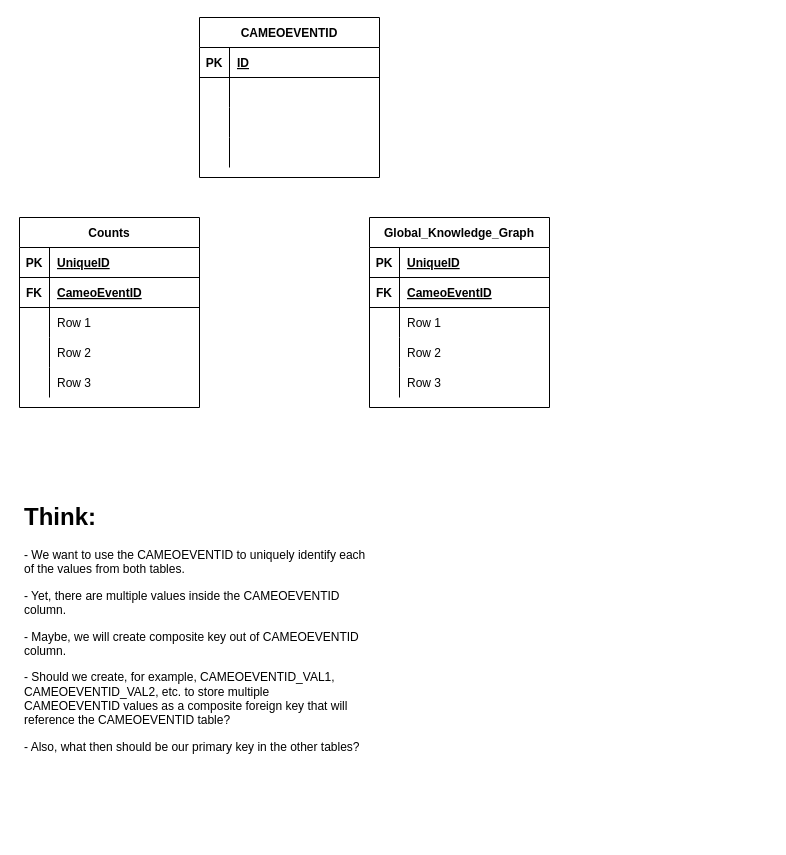
JamesHizon/Step-4-Capstone-Project keeps this draw.io diagram as Step_4_Data_Model.drawio. Above is the earlier version. Source tidied: cells renumbered, new cells numbered last; positions are measured from the earlier drawing's top-left corner, leaving out a move shared by most shapes. Both pictures are drawn from the tidied source at 100%, with x=0, y=0 at pixel (19, 17).
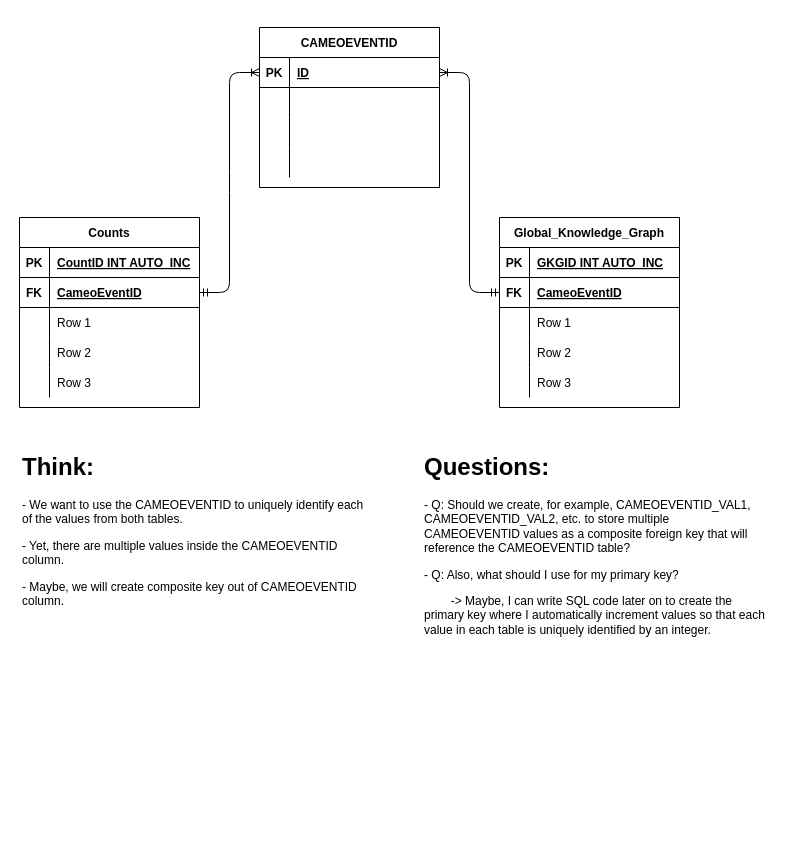
The same page after the edit.

The change refers to these unchanged cells:
```xml
<mxCell id="3" style="shape=partialRectangle;fillColor=none;top=0;left=0;bottom=1;right=0;" parent="2" vertex="1">
  <mxGeometry y="30" width="180" height="30" as="geometry" />
</mxCell>
<mxCell id="6" style="shape=partialRectangle;fillColor=none;top=0;left=0;bottom=1;right=0;points=[[0,0.5],[1,0.5]];portConstraint=eastwest;" parent="2" vertex="1">
  <mxGeometry y="60" width="180" height="30" as="geometry" />
</mxCell>
<mxCell id="19" style="shape=partialRectangle;fillColor=none;top=0;left=0;bottom=1;right=0;" parent="18" vertex="1">
  <mxGeometry y="30" width="180" height="30" as="geometry" />
</mxCell>
<mxCell id="22" style="shape=partialRectangle;fillColor=none;top=0;left=0;bottom=1;right=0;points=[[0,0.5],[1,0.5]];portConstraint=eastwest;" parent="18" vertex="1">
  <mxGeometry y="60" width="180" height="30" as="geometry" />
</mxCell>
<mxCell id="35" style="shape=partialRectangle;fillColor=none;top=0;left=0;bottom=1;right=0;points=[[0,0.5],[1,0.5]];portConstraint=eastwest;" parent="34" vertex="1">
  <mxGeometry y="30" width="180" height="30" as="geometry" />
</mxCell>
```

Change to the diagram source:
```diff
@@
-    <mxCell id="5" value="UniqueID" style="shape=partialRectangle;fillColor=none;top=0;left=0;bottom=0;right=0;align=left;spacingLeft=6;fontStyle=5;overflow=hidden;" parent="3" vertex="1">
+    <mxCell id="5" value="CountID INT AUTO_INC" style="shape=partialRectangle;fillColor=none;top=0;left=0;bottom=0;right=0;align=left;spacingLeft=6;fontStyle=5;overflow=hidden;" parent="3" vertex="1">
       <mxGeometry x="30" width="150" height="30" as="geometry" />
     </mxCell>
@@
     <mxCell id="18" value="Global_Knowledge_Graph" style="shape=table;startSize=30;childLayout=tableLayout;rowLines=0;fontStyle=1;align=center;" parent="1" vertex="1">
-      <mxGeometry x="350" y="200" width="180" height="190" as="geometry" />
+      <mxGeometry x="480" y="200" width="180" height="190" as="geometry" />
     </mxCell>
@@
-    <mxCell id="21" value="UniqueID" style="shape=partialRectangle;fillColor=none;top=0;left=0;bottom=0;right=0;align=left;spacingLeft=6;fontStyle=5;overflow=hidden;" parent="19" vertex="1">
+    <mxCell id="21" value="GKGID INT AUTO_INC" style="shape=partialRectangle;fillColor=none;top=0;left=0;bottom=0;right=0;align=left;spacingLeft=6;fontStyle=5;overflow=hidden;" parent="19" vertex="1">
       <mxGeometry x="30" width="150" height="30" as="geometry" />
     </mxCell>
@@
     <mxCell id="34" value="CAMEOEVENTID" style="shape=table;startSize=30;childLayout=tableLayout;rowLines=0;fontStyle=1;align=center;" parent="1" vertex="1">
-      <mxGeometry x="180" width="180" height="160" as="geometry" />
+      <mxGeometry x="240" y="10" width="180" height="160" as="geometry" />
     </mxCell>
@@
-    <mxCell id="47" value="&lt;h1&gt;Think:&lt;/h1&gt;&lt;p&gt;- We want to use the CAMEOEVENTID to uniquely identify each of the values from both tables.&lt;/p&gt;&lt;p&gt;- Yet, there are multiple values inside the CAMEOEVENTID column.&lt;/p&gt;&lt;p&gt;- Maybe, we will create composite key out of CAMEOEVENTID column.&lt;/p&gt;&lt;p&gt;- Should we create, for example, CAMEOEVENTID_VAL1, CAMEOEVENTID_VAL2, etc. to store multiple CAMEOEVENTID values as a composite foreign key that will reference the CAMEOEVENTID table?&lt;/p&gt;&lt;p&gt;- Also, what then should be our primary key in the other tables?&lt;/p&gt;" style="text;html=1;strokeColor=none;fillColor=none;spacing=5;spacingTop=-20;whiteSpace=wrap;overflow=hidden;rounded=0;" parent="1" vertex="1">
-      <mxGeometry y="480" width="350" height="340" as="geometry" />
+    <mxCell id="47" value="&lt;h1&gt;Think:&lt;/h1&gt;&lt;p&gt;- We want to use the CAMEOEVENTID to uniquely identify each of the values from both tables.&lt;/p&gt;&lt;p&gt;- Yet, there are multiple values inside the CAMEOEVENTID column.&lt;/p&gt;&lt;p&gt;- Maybe, we will create composite key out of CAMEOEVENTID column.&lt;/p&gt;&lt;p&gt;&lt;br&gt;&lt;/p&gt;" style="text;html=1;strokeColor=none;fillColor=none;spacing=5;spacingTop=-20;whiteSpace=wrap;overflow=hidden;rounded=0;" parent="1" vertex="1">
+      <mxGeometry x="-2" y="430" width="350" height="380" as="geometry" />
     </mxCell>
+    <mxCell id="48" style="edgeStyle=entityRelationEdgeStyle;fontSize=12;html=1;endArrow=ERoneToMany;startArrow=ERmandOne;exitX=1;exitY=0.5;exitDx=0;exitDy=0;entryX=0;entryY=0.5;entryDx=0;entryDy=0;" parent="1" edge="1" source="6" target="35">
+      <mxGeometry relative="1" as="geometry" />
+    </mxCell>
+    <mxCell id="49" style="edgeStyle=entityRelationEdgeStyle;fontSize=12;html=1;endArrow=ERoneToMany;startArrow=ERmandOne;exitX=0;exitY=0.5;exitDx=0;exitDy=0;entryX=1;entryY=0.5;entryDx=0;entryDy=0;" parent="1" edge="1" source="22" target="35">
+      <mxGeometry relative="1" as="geometry" />
+    </mxCell>
+    <mxCell id="50" value="&lt;h1&gt;Questions:&lt;/h1&gt;&lt;p&gt;- Q: Should we create, for example, CAMEOEVENTID_VAL1, CAMEOEVENTID_VAL2, etc. to store multiple CAMEOEVENTID values as a composite foreign key that will reference the CAMEOEVENTID table?&lt;/p&gt;&lt;p&gt;- Q: Also, what should I use for my primary key?&lt;/p&gt;&lt;p&gt;&amp;nbsp; &amp;nbsp; &amp;nbsp; &amp;nbsp; -&amp;gt; Maybe, I can write SQL code later on to create the primary key where I automatically increment values so that each value in each table is uniquely identified by an integer.&lt;/p&gt;" style="text;html=1;strokeColor=none;fillColor=none;spacing=5;spacingTop=-20;whiteSpace=wrap;overflow=hidden;rounded=0;" parent="1" vertex="1">
+      <mxGeometry x="400" y="430" width="350" height="310" as="geometry" />
+    </mxCell>
```
